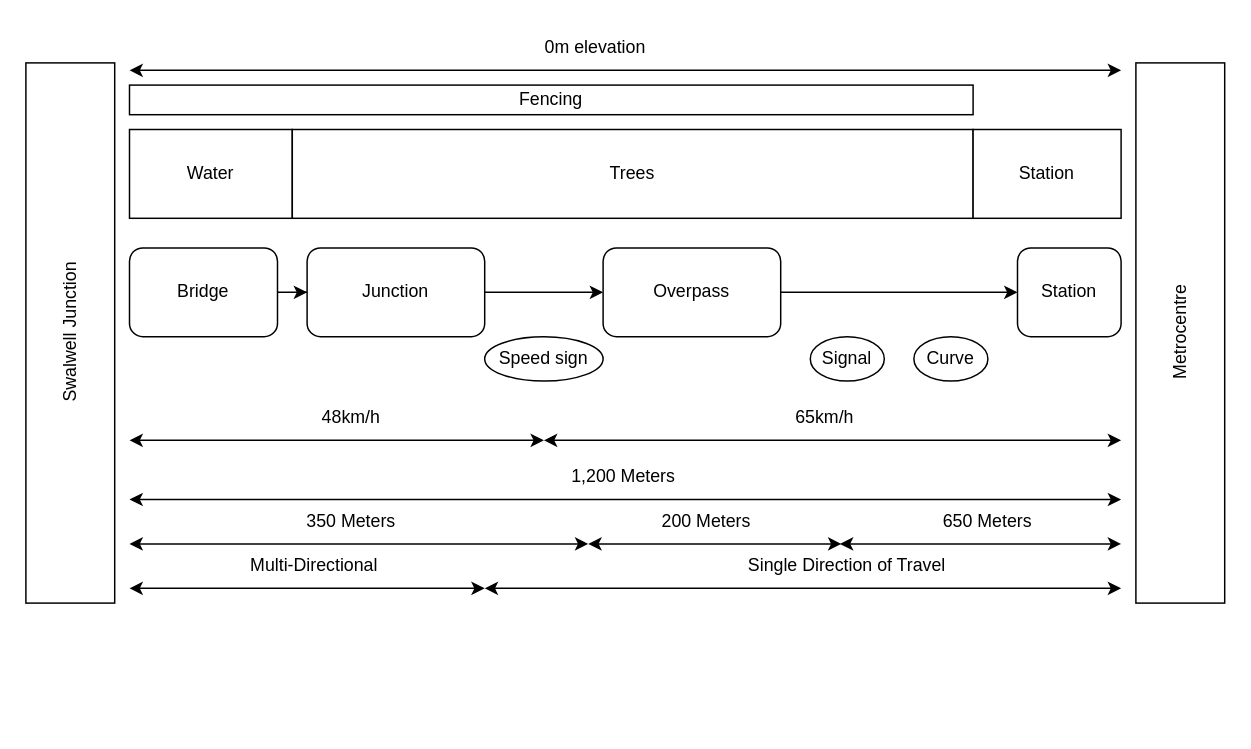
Earlier version of the draw.io diagram Step 1/ODM1.drawio (TortoiseFather/SACRED). Source tidied: cells renumbered, new cells numbered last; positions are measured from the earlier drawing's top-left corner, leaving out a move shared by most shapes. Both pictures are drawn from the tidied source at 148%, with x=0, y=0 at pixel (-200, 25).
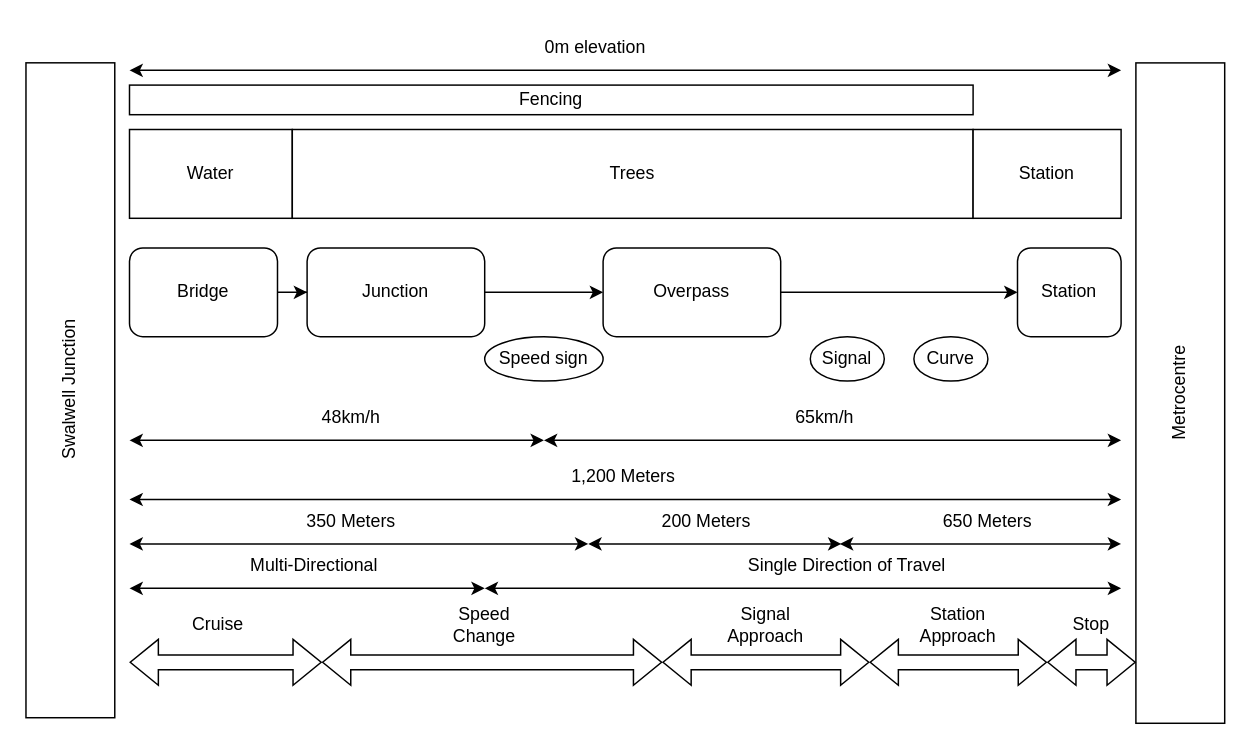
Above is the later version.

What changed in the source:
```diff
@@
     <mxCell id="17" value="Swalwell Junction" style="rounded=0;whiteSpace=wrap;html=1;rotation=-90;" parent="1" vertex="1">
-      <mxGeometry x="-0.5" y="177.5" width="365" height="60" as="geometry" />
+      <mxGeometry x="-39.2" y="216.2" width="442.5" height="60" as="geometry" />
     </mxCell>
     <mxCell id="18" value="Metrocentre" style="rounded=0;whiteSpace=wrap;html=1;rotation=-90;" parent="1" vertex="1">
-      <mxGeometry x="749.5" y="177.5" width="365" height="60" as="geometry" />
+      <mxGeometry x="708.9" y="218.1" width="446.2" height="60" as="geometry" />
     </mxCell>
@@
+    <mxCell id="36" style="shape=flexArrow;endArrow=classic;startArrow=classic;html=1;rounded=0;" parent="1" edge="1">
+      <mxGeometry relative="1" as="geometry">
+        <mxPoint x="722" y="430" as="sourcePoint" />
+        <mxPoint x="842" y="430" as="targetPoint" />
+      </mxGeometry>
+    </mxCell>
+    <mxCell id="37" value="Station Approach" style="text;html=1;whiteSpace=wrap;strokeColor=none;fillColor=none;align=center;verticalAlign=middle;rounded=0;" parent="1" vertex="1">
+      <mxGeometry x="752" y="390" width="60" height="30" as="geometry" />
+    </mxCell>
+    <mxCell id="38" style="shape=flexArrow;endArrow=classic;startArrow=classic;html=1;rounded=0;" parent="1" edge="1">
+      <mxGeometry relative="1" as="geometry">
+        <mxPoint x="352" y="430" as="sourcePoint" />
+        <mxPoint x="582" y="430" as="targetPoint" />
+      </mxGeometry>
+    </mxCell>
+    <mxCell id="39" value="Speed Change" style="text;html=1;whiteSpace=wrap;strokeColor=none;fillColor=none;align=center;verticalAlign=middle;rounded=0;" parent="1" vertex="1">
+      <mxGeometry x="432" y="390" width="60" height="30" as="geometry" />
+    </mxCell>
+    <mxCell id="40" style="shape=flexArrow;endArrow=classic;startArrow=classic;html=1;rounded=0;" parent="1" edge="1">
+      <mxGeometry relative="1" as="geometry">
+        <mxPoint x="582" y="430" as="sourcePoint" />
+        <mxPoint x="722" y="430" as="targetPoint" />
+      </mxGeometry>
+    </mxCell>
+    <mxCell id="41" value="Signal Approach" style="text;html=1;whiteSpace=wrap;strokeColor=none;fillColor=none;align=center;verticalAlign=middle;rounded=0;" parent="1" vertex="1">
+      <mxGeometry x="622" y="390" width="60" height="30" as="geometry" />
+    </mxCell>
+    <mxCell id="42" style="shape=flexArrow;endArrow=classic;startArrow=classic;html=1;rounded=0;" parent="1" edge="1">
+      <mxGeometry relative="1" as="geometry">
+        <mxPoint x="222" y="430" as="sourcePoint" />
+        <mxPoint x="352" y="430" as="targetPoint" />
+      </mxGeometry>
+    </mxCell>
+    <mxCell id="43" value="Cruise" style="text;html=1;whiteSpace=wrap;strokeColor=none;fillColor=none;align=center;verticalAlign=middle;rounded=0;" parent="1" vertex="1">
+      <mxGeometry x="252" y="390" width="60" height="30" as="geometry" />
+    </mxCell>
+    <mxCell id="44" style="shape=flexArrow;endArrow=classic;startArrow=classic;html=1;rounded=0;" parent="1" edge="1">
+      <mxGeometry relative="1" as="geometry">
+        <mxPoint x="842" y="430" as="sourcePoint" />
+        <mxPoint x="902" y="430" as="targetPoint" />
+      </mxGeometry>
+    </mxCell>
+    <mxCell id="45" value="Stop" style="text;html=1;whiteSpace=wrap;strokeColor=none;fillColor=none;align=center;verticalAlign=middle;rounded=0;" parent="1" vertex="1">
+      <mxGeometry x="842" y="390" width="60" height="30" as="geometry" />
+    </mxCell>
```
